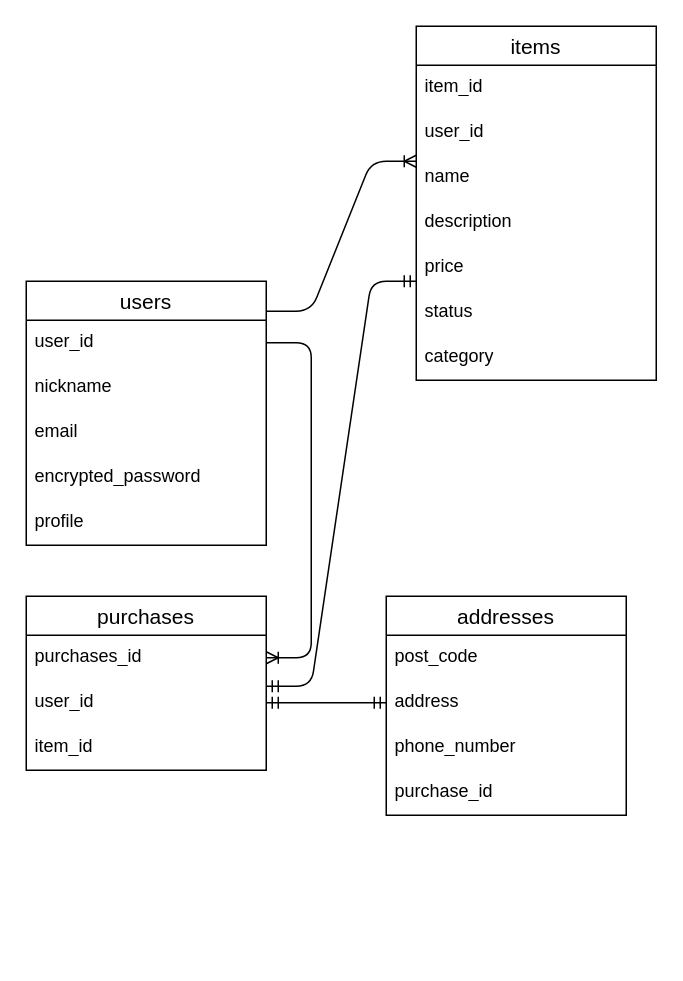
kazuki-0707/furima-45700 keeps this draw.io diagram as furima.dio. Above is the earlier version. Source tidied: cells renumbered, new cells numbered last; positions are measured from the earlier drawing's top-left corner, leaving out a move shared by most shapes. Both pictures are drawn from the tidied source at 150%, with x=0, y=0 at pixel (26, 26).
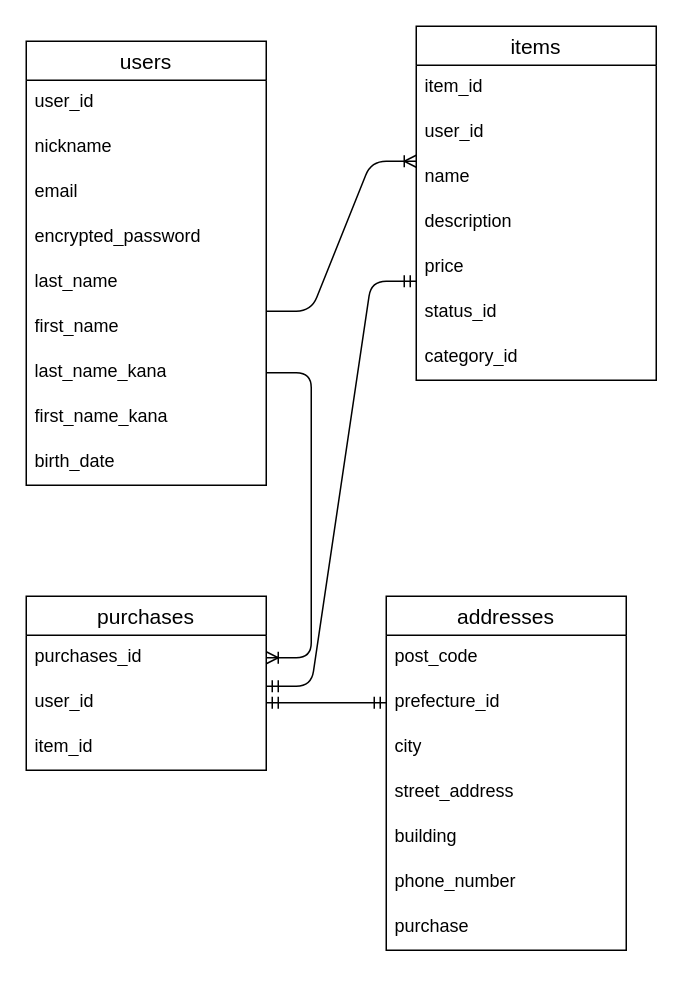
Above is the later version.

Commit message (it also covers changes not shown here):
ER図とREADMEの修正

Unchanged cells that the change refers to:
```xml
<mxCell id="3" value="user_id" style="text;strokeColor=none;fillColor=none;spacingLeft=4;spacingRight=4;overflow=hidden;points=[[0,0.5],[1,0.5]];portConstraint=eastwest;fontSize=12;whiteSpace=wrap;html=1;" parent="2" vertex="1">
  <mxGeometry y="26" width="160" height="30" as="geometry" />
</mxCell>
<mxCell id="8" value="items" style="swimlane;fontStyle=0;horizontal=1;startSize=26;align=center;fontSize=14;" parent="1" vertex="1">
  <mxGeometry x="260" width="160" height="236" as="geometry" />
</mxCell>
<mxCell id="17" value="purchases_id" style="text;strokeColor=none;fillColor=none;spacingLeft=4;spacingRight=4;overflow=hidden;points=[[0,0.5],[1,0.5]];portConstraint=eastwest;fontSize=12;whiteSpace=wrap;html=1;" parent="16" vertex="1">
  <mxGeometry y="26" width="160" height="30" as="geometry" />
</mxCell>
```

Diff of the diagram source:
```diff
@@
     <mxCell id="2" value="users" style="swimlane;fontStyle=0;horizontal=1;startSize=26;align=center;fontSize=14;" parent="1" vertex="1">
-      <mxGeometry y="170" width="160" height="176" as="geometry" />
+      <mxGeometry y="10" width="160" height="296" as="geometry" />
     </mxCell>
@@
-    <mxCell id="7" value="profile" style="text;strokeColor=none;fillColor=none;spacingLeft=4;spacingRight=4;overflow=hidden;fontSize=12;whiteSpace=wrap;html=1;" parent="2" vertex="1">
+    <mxCell id="7" value="last_name" style="text;strokeColor=none;fillColor=none;spacingLeft=4;spacingRight=4;overflow=hidden;fontSize=12;whiteSpace=wrap;html=1;" parent="2" vertex="1">
       <mxGeometry y="146" width="160" height="30" as="geometry" />
     </mxCell>
+    <mxCell id="29" value="first_name" style="text;strokeColor=none;fillColor=none;spacingLeft=4;spacingRight=4;overflow=hidden;fontSize=12;whiteSpace=wrap;html=1;" parent="2" vertex="1">
+      <mxGeometry y="176" width="160" height="30" as="geometry" />
+    </mxCell>
+    <mxCell id="30" value="&lt;span style=&quot;color: rgb(0, 0, 0);&quot;&gt;last_name_kana&lt;/span&gt;" style="text;strokeColor=none;fillColor=none;spacingLeft=4;spacingRight=4;overflow=hidden;points=[[0,0.5],[1,0.5]];portConstraint=eastwest;fontSize=12;whiteSpace=wrap;html=1;" parent="2" vertex="1">
+      <mxGeometry y="206" width="160" height="30" as="geometry" />
+    </mxCell>
+    <mxCell id="31" value="&lt;span style=&quot;color: rgb(0, 0, 0);&quot;&gt;first_name_kana&lt;/span&gt;" style="text;strokeColor=none;fillColor=none;spacingLeft=4;spacingRight=4;overflow=hidden;fontSize=12;whiteSpace=wrap;html=1;" parent="2" vertex="1">
+      <mxGeometry y="236" width="160" height="30" as="geometry" />
+    </mxCell>
+    <mxCell id="32" value="birth_date" style="text;strokeColor=none;fillColor=none;spacingLeft=4;spacingRight=4;overflow=hidden;fontSize=12;whiteSpace=wrap;html=1;" parent="2" vertex="1">
+      <mxGeometry y="266" width="160" height="30" as="geometry" />
+    </mxCell>
@@
-    <mxCell id="14" value="status" style="text;strokeColor=none;fillColor=none;spacingLeft=4;spacingRight=4;overflow=hidden;fontSize=12;whiteSpace=wrap;html=1;" parent="8" vertex="1">
+    <mxCell id="14" value="status_id" style="text;strokeColor=none;fillColor=none;spacingLeft=4;spacingRight=4;overflow=hidden;fontSize=12;whiteSpace=wrap;html=1;" parent="8" vertex="1">
       <mxGeometry y="176" width="160" height="30" as="geometry" />
     </mxCell>
-    <mxCell id="15" value="category" style="text;strokeColor=none;fillColor=none;spacingLeft=4;spacingRight=4;overflow=hidden;fontSize=12;whiteSpace=wrap;html=1;" parent="8" vertex="1">
+    <mxCell id="15" value="category_id" style="text;strokeColor=none;fillColor=none;spacingLeft=4;spacingRight=4;overflow=hidden;fontSize=12;whiteSpace=wrap;html=1;" parent="8" vertex="1">
       <mxGeometry y="206" width="160" height="30" as="geometry" />
     </mxCell>
@@
     <mxCell id="20" value="addresses" style="swimlane;fontStyle=0;horizontal=1;startSize=26;align=center;fontSize=14;" parent="1" vertex="1">
-      <mxGeometry x="240" y="380" width="160" height="146" as="geometry" />
+      <mxGeometry x="240" y="380" width="160" height="236" as="geometry" />
     </mxCell>
@@
-    <mxCell id="22" value="address" style="text;strokeColor=none;fillColor=none;spacingLeft=4;spacingRight=4;overflow=hidden;points=[[0,0.5],[1,0.5]];portConstraint=eastwest;fontSize=12;whiteSpace=wrap;html=1;" parent="20" vertex="1">
+    <mxCell id="22" value="prefecture_id" style="text;strokeColor=none;fillColor=none;spacingLeft=4;spacingRight=4;overflow=hidden;points=[[0,0.5],[1,0.5]];portConstraint=eastwest;fontSize=12;whiteSpace=wrap;html=1;" parent="20" vertex="1">
       <mxGeometry y="56" width="160" height="30" as="geometry" />
     </mxCell>
-    <mxCell id="23" value="phone_number" style="text;strokeColor=none;fillColor=none;spacingLeft=4;spacingRight=4;overflow=hidden;fontSize=12;whiteSpace=wrap;html=1;" parent="20" vertex="1">
+    <mxCell id="23" value="city" style="text;strokeColor=none;fillColor=none;spacingLeft=4;spacingRight=4;overflow=hidden;fontSize=12;whiteSpace=wrap;html=1;" parent="20" vertex="1">
       <mxGeometry y="86" width="160" height="30" as="geometry" />
     </mxCell>
-    <mxCell id="24" value="purchase_id" style="text;strokeColor=none;fillColor=none;spacingLeft=4;spacingRight=4;overflow=hidden;fontSize=12;whiteSpace=wrap;html=1;" parent="20" vertex="1">
+    <mxCell id="24" value="street_address" style="text;strokeColor=none;fillColor=none;spacingLeft=4;spacingRight=4;overflow=hidden;fontSize=12;whiteSpace=wrap;html=1;" parent="20" vertex="1">
       <mxGeometry y="116" width="160" height="30" as="geometry" />
     </mxCell>
+    <mxCell id="33" value="building" style="text;strokeColor=none;fillColor=none;spacingLeft=4;spacingRight=4;overflow=hidden;fontSize=12;whiteSpace=wrap;html=1;" parent="20" vertex="1">
+      <mxGeometry y="146" width="160" height="30" as="geometry" />
+    </mxCell>
+    <mxCell id="34" value="phone_number" style="text;strokeColor=none;fillColor=none;spacingLeft=4;spacingRight=4;overflow=hidden;fontSize=12;whiteSpace=wrap;html=1;" parent="20" vertex="1">
+      <mxGeometry y="176" width="160" height="30" as="geometry" />
+    </mxCell>
+    <mxCell id="35" value="purchase" style="text;strokeColor=none;fillColor=none;spacingLeft=4;spacingRight=4;overflow=hidden;fontSize=12;whiteSpace=wrap;html=1;" parent="20" vertex="1">
+      <mxGeometry y="206" width="160" height="30" as="geometry" />
+    </mxCell>
@@
-    <mxCell id="28" style="edgeStyle=entityRelationEdgeStyle;fontSize=12;html=1;endArrow=ERoneToMany;entryX=1;entryY=0.5;entryDx=0;entryDy=0;exitX=1;exitY=0.5;exitDx=0;exitDy=0;" parent="1" edge="1" source="3" target="17">
+    <mxCell id="28" style="edgeStyle=entityRelationEdgeStyle;fontSize=12;html=1;endArrow=ERoneToMany;entryX=1;entryY=0.5;entryDx=0;entryDy=0;exitX=1;exitY=0.5;exitDx=0;exitDy=0;" parent="1" edge="1" source="30" target="17">
       <mxGeometry relative="1" as="geometry">
         <Array as="points">
           <mxPoint x="70" y="319" />
           <mxPoint x="180" y="360" />
         </Array>
       </mxGeometry>
     </mxCell>
```
